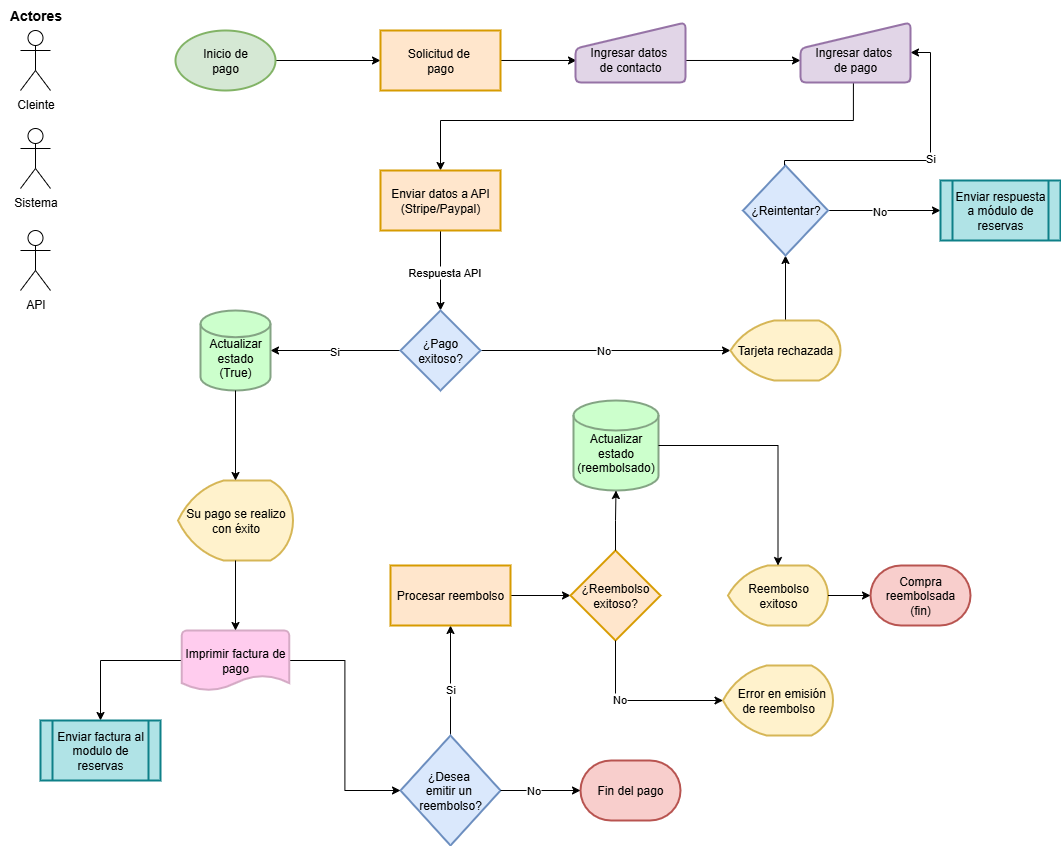
Earlier version of the draw.io export Flujograma de pago.png (DjGuetta/App-Hotel-Management). Source tidied: cells renumbered, new cells last; positions are measured from the earlier drawing's top-left corner, leaving out a move shared by most shapes.
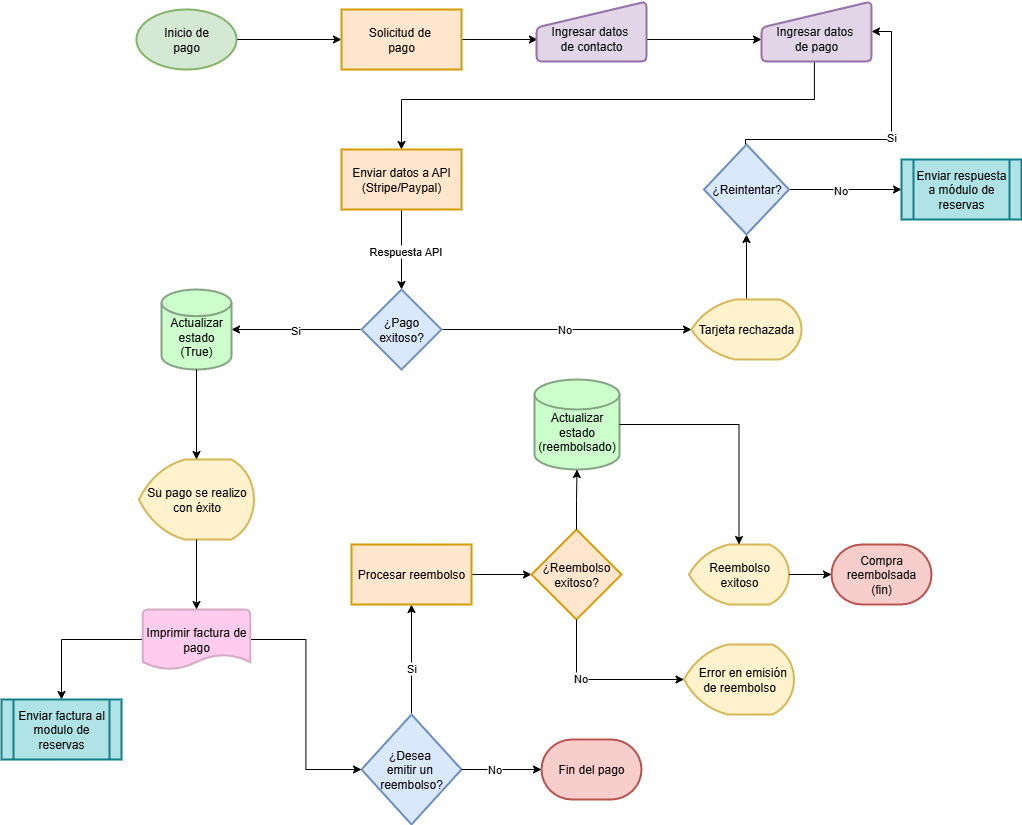
The same diagram one commit later.

Commit message:
Eliminando actores que intervienen en el sistema (no es apto para el diagrama)

What changed in the source:
```diff
@@ -143,18 +143,6 @@
     <mxCell id="40" value="Enviar factura al modulo de reservas" style="shape=process;whiteSpace=wrap;html=1;backgroundOutline=1;strokeWidth=2;fillColor=#b0e3e6;strokeColor=#0e8088;" parent="1" vertex="1">
       <mxGeometry x="40" y="720" width="120" height="60" as="geometry" />
     </mxCell>
-    <mxCell id="41" value="Cleinte" style="shape=umlActor;verticalLabelPosition=bottom;verticalAlign=top;html=1;" parent="1" vertex="1">
-      <mxGeometry x="20" y="30" width="30" height="60" as="geometry" />
-    </mxCell>
-    <mxCell id="42" value="Sistema" style="shape=umlActor;verticalLabelPosition=bottom;verticalAlign=top;html=1;" parent="1" vertex="1">
-      <mxGeometry x="20" y="128" width="30" height="60" as="geometry" />
-    </mxCell>
-    <mxCell id="43" value="API" style="shape=umlActor;verticalLabelPosition=bottom;verticalAlign=top;html=1;" parent="1" vertex="1">
-      <mxGeometry x="20" y="230" width="30" height="60" as="geometry" />
-    </mxCell>
-    <mxCell id="44" value="Actores" style="text;html=1;align=center;verticalAlign=middle;fontStyle=1;fontSize=14;" parent="1" vertex="1">
-      <mxGeometry width="70" height="30" as="geometry" />
-    </mxCell>
     <mxCell id="45" value="¿Reembolso exitoso?" style="rhombus;whiteSpace=wrap;html=1;fillColor=#ffe6cc;strokeColor=#d79b00;strokeWidth=2;" parent="1" vertex="1">
       <mxGeometry x="570" y="550" width="90" height="90" as="geometry" />
     </mxCell>
```
